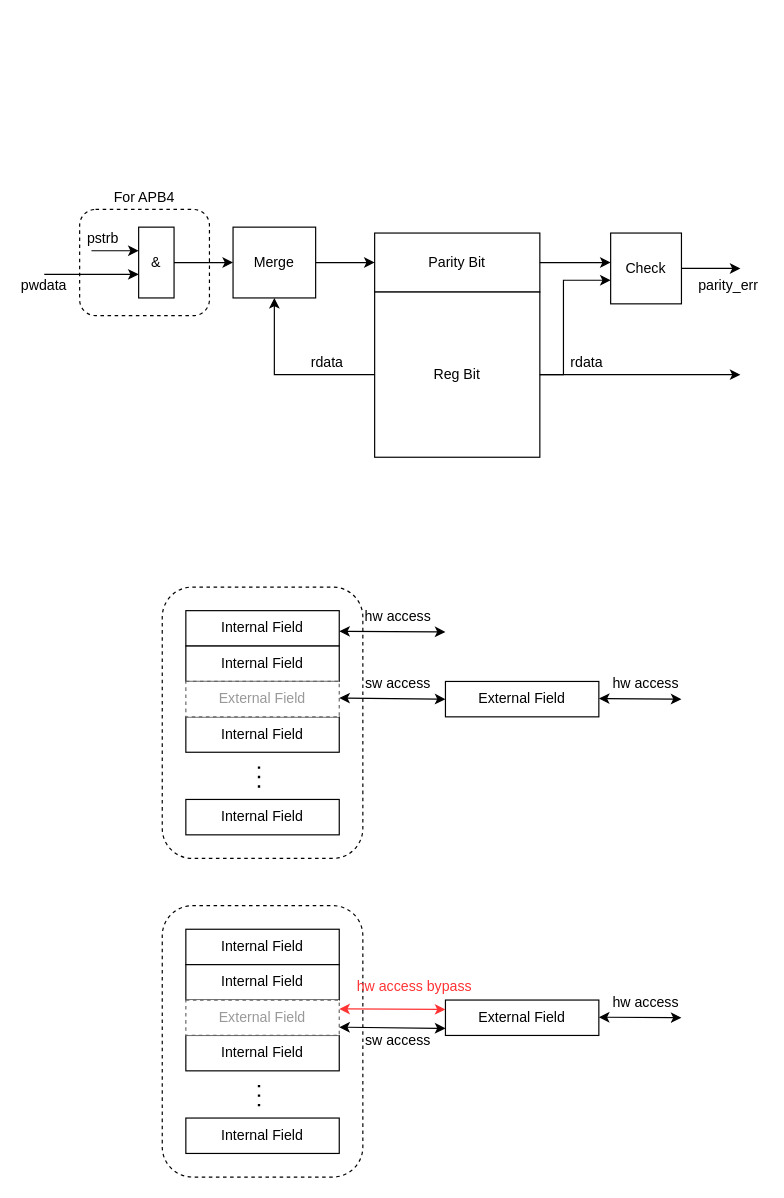
This is doc/parity.drawio from fliibs/address_planner, a draw.io file, before an edit. Source tidied: cells renumbered, new cells numbered last; positions are measured from the earlier drawing's top-left corner, leaving out a move shared by most shapes. Both pictures are drawn from the tidied source at 118%, with x=0, y=0 at pixel (20, 185).
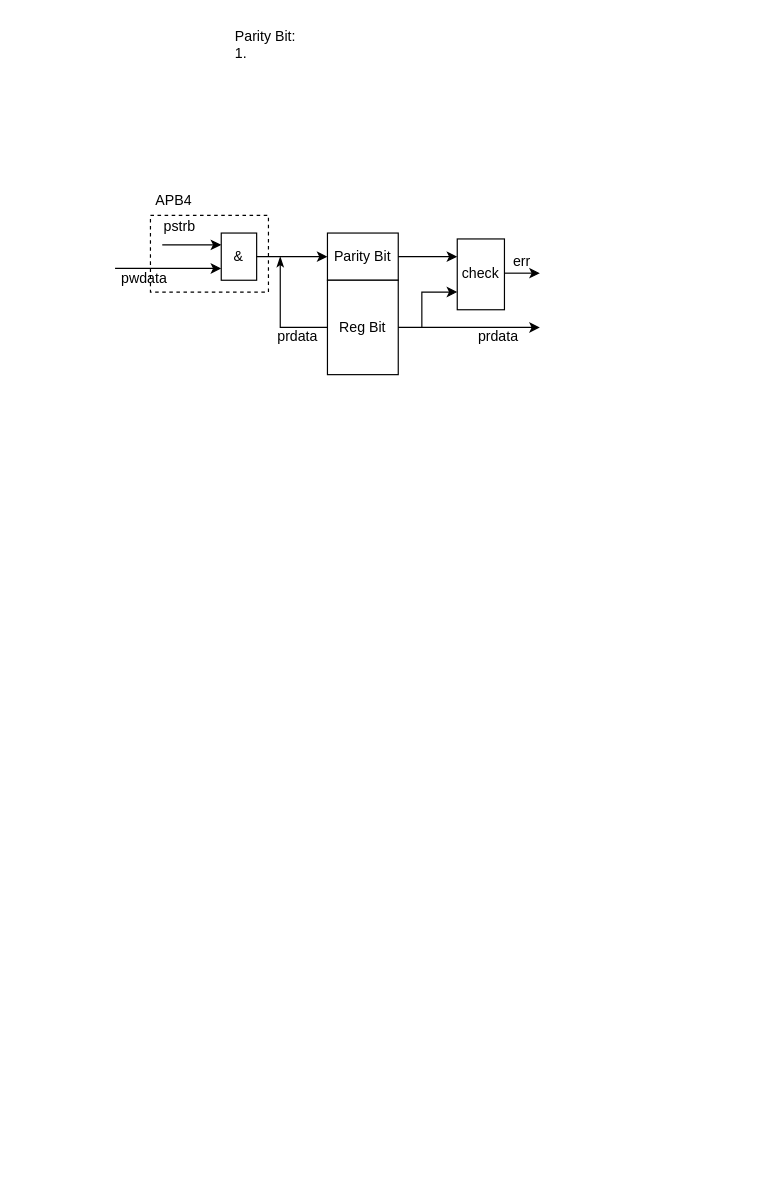
Above is the later version.

Change to the diagram source:
```diff
@@
-    <mxCell id="2" style="rounded=1;whiteSpace=wrap;html=1;dashed=1;" parent="1" vertex="1">
-      <mxGeometry x="120" y="340" width="170" height="230" as="geometry" />
-    </mxCell>
+    <mxCell id="54" style="rounded=0;whiteSpace=wrap;html=1;fillColor=none;dashed=1;" parent="1" vertex="1">
+      <mxGeometry x="110" y="25" width="100" height="65" as="geometry" />
+    </mxCell>
+    <mxCell id="6" value="&amp;amp;" style="rounded=0;whiteSpace=wrap;html=1;" parent="1" vertex="1">
+      <mxGeometry x="170" y="40" width="30" height="40" as="geometry" />
+    </mxCell>
+    <mxCell id="55" style="endArrow=classic;html=1;rounded=0;" parent="1" edge="1">
+      <mxGeometry relative="1" as="geometry">
+        <mxPoint x="120" y="50" as="sourcePoint" />
+        <mxPoint x="170" y="50" as="targetPoint" />
+      </mxGeometry>
+    </mxCell>
+    <mxCell id="56" style="endArrow=classic;html=1;rounded=0;" parent="1" edge="1">
+      <mxGeometry relative="1" as="geometry">
+        <mxPoint x="80" y="70" as="sourcePoint" />
+        <mxPoint x="170" y="70" as="targetPoint" />
+      </mxGeometry>
+    </mxCell>
+    <mxCell id="57" style="endArrow=classic;html=1;rounded=0;" parent="1" edge="1">
+      <mxGeometry relative="1" as="geometry">
+        <mxPoint x="200" y="60" as="sourcePoint" />
+        <mxPoint x="260" y="60" as="targetPoint" />
+      </mxGeometry>
+    </mxCell>
     <mxCell id="3" value="Parity Bit" style="rounded=0;whiteSpace=wrap;html=1;" parent="1" vertex="1">
-      <mxGeometry x="300" y="40" width="140" height="50" as="geometry" />
+      <mxGeometry x="260" y="40" width="60" height="40" as="geometry" />
     </mxCell>
     <mxCell id="4" value="Reg Bit" style="rounded=0;whiteSpace=wrap;html=1;" parent="1" vertex="1">
-      <mxGeometry x="300" y="90" width="140" height="140" as="geometry" />
+      <mxGeometry x="260" y="80" width="60" height="80" as="geometry" />
     </mxCell>
-    <mxCell id="5" style="endArrow=classic;html=1;rounded=0;" parent="1" edge="1">
-      <mxGeometry relative="1" as="geometry">
-        <mxPoint x="60" y="55" as="sourcePoint" />
-        <mxPoint x="100" y="55" as="targetPoint" />
-      </mxGeometry>
-    </mxCell>
-    <mxCell id="6" value="&amp;amp;" style="rounded=0;whiteSpace=wrap;html=1;" parent="1" vertex="1">
-      <mxGeometry x="100" y="35" width="30" height="60" as="geometry" />
-    </mxCell>
-    <mxCell id="7" style="endArrow=classic;html=1;rounded=0;" parent="1" edge="1">
-      <mxGeometry relative="1" as="geometry">
-        <mxPoint x="20" y="75" as="sourcePoint" />
-        <mxPoint x="100" y="75" as="targetPoint" />
-      </mxGeometry>
-    </mxCell>
-    <mxCell id="8" style="endArrow=classic;html=1;rounded=0;entryX=0;entryY=0.5;entryDx=0;entryDy=0;" parent="1" edge="1" target="3">
-      <mxGeometry relative="1" as="geometry">
-        <mxPoint x="250" y="65" as="sourcePoint" />
-      </mxGeometry>
-    </mxCell>
-    <mxCell id="9" style="endArrow=classic;html=1;rounded=0;exitX=0;exitY=0.5;exitDx=0;exitDy=0;entryX=0.5;entryY=1;entryDx=0;entryDy=0;" parent="1" edge="1" source="4" target="11">
-      <mxGeometry relative="1" as="geometry">
-        <Array as="points">
-          <mxPoint x="215" y="160" />
-        </Array>
-      </mxGeometry>
-    </mxCell>
-    <mxCell id="10" style="endArrow=classic;html=1;rounded=0;entryX=0;entryY=0.5;entryDx=0;entryDy=0;" parent="1" edge="1" target="11">
-      <mxGeometry relative="1" as="geometry">
-        <mxPoint x="200" y="65" as="sourcePoint" />
-      </mxGeometry>
-    </mxCell>
-    <mxCell id="11" value="Merge" style="rounded=0;whiteSpace=wrap;html=1;" parent="1" vertex="1">
-      <mxGeometry x="180" y="35" width="70" height="60" as="geometry" />
-    </mxCell>
-    <mxCell id="12" style="endArrow=classic;html=1;rounded=0;entryX=0;entryY=0.5;entryDx=0;entryDy=0;exitX=1;exitY=0.5;exitDx=0;exitDy=0;" parent="1" edge="1" source="6" target="11">
-      <mxGeometry relative="1" as="geometry" />
-    </mxCell>
-    <mxCell id="13" style="rounded=1;whiteSpace=wrap;html=1;fillColor=none;dashed=1;" parent="1" vertex="1">
-      <mxGeometry x="50" y="20" width="110" height="90" as="geometry" />
-    </mxCell>
+    <mxCell id="58" style="endArrow=classicThin;html=1;rounded=0;exitX=0;exitY=0.5;exitDx=0;exitDy=0;endFill=1;" parent="1" edge="1" source="4">
+      <mxGeometry relative="1" as="geometry">
+        <mxPoint x="220" y="60" as="targetPoint" />
+        <Array as="points">
+          <mxPoint x="220" y="120" />
+        </Array>
+      </mxGeometry>
+    </mxCell>
+    <mxCell id="59" style="endArrow=classic;html=1;rounded=0;" parent="1" edge="1">
+      <mxGeometry relative="1" as="geometry">
+        <mxPoint x="320" y="120" as="sourcePoint" />
+        <mxPoint x="440" y="120" as="targetPoint" />
+      </mxGeometry>
+    </mxCell>
+    <mxCell id="60" value="check" style="rounded=0;whiteSpace=wrap;html=1;" parent="1" vertex="1">
+      <mxGeometry x="370" y="45" width="40" height="60" as="geometry" />
+    </mxCell>
+    <mxCell id="61" style="endArrow=classic;html=1;rounded=0;entryX=0;entryY=0.75;entryDx=0;entryDy=0;" parent="1" edge="1" target="60">
+      <mxGeometry relative="1" as="geometry">
+        <mxPoint x="340" y="120" as="sourcePoint" />
+        <Array as="points">
+          <mxPoint x="340" y="90" />
+        </Array>
+      </mxGeometry>
+    </mxCell>
+    <mxCell id="62" style="endArrow=classic;html=1;rounded=0;entryX=0;entryY=0.25;entryDx=0;entryDy=0;" parent="1" edge="1" target="60">
+      <mxGeometry relative="1" as="geometry">
+        <mxPoint x="320" y="60" as="sourcePoint" />
+      </mxGeometry>
+    </mxCell>
+    <mxCell id="63" style="endArrow=classic;html=1;rounded=0;" parent="1" edge="1">
+      <mxGeometry relative="1" as="geometry">
+        <mxPoint x="410" y="74" as="sourcePoint" />
+        <mxPoint x="440" y="74" as="targetPoint" />
+      </mxGeometry>
+    </mxCell>
     <mxCell id="14" value="pstrb" style="text;html=1;align=center;verticalAlign=middle;whiteSpace=wrap;rounded=0;" parent="1" vertex="1">
-      <mxGeometry x="50" y="35" width="40" height="20" as="geometry" />
+      <mxGeometry x="110" y="25" width="50" height="20" as="geometry" />
     </mxCell>
     <mxCell id="15" value="pwdata" style="text;html=1;align=center;verticalAlign=middle;whiteSpace=wrap;rounded=0;" parent="1" vertex="1">
-      <mxGeometry y="75" width="40" height="20" as="geometry" />
+      <mxGeometry x="80" y="71.5" width="50" height="15" as="geometry" />
     </mxCell>
-    <mxCell id="16" value="rdata" style="text;html=1;align=center;verticalAlign=middle;whiteSpace=wrap;rounded=0;" parent="1" vertex="1">
-      <mxGeometry x="230" y="140" width="60" height="20" as="geometry" />
-    </mxCell>
-    <mxCell id="17" value="For APB4" style="text;html=1;align=center;verticalAlign=middle;whiteSpace=wrap;rounded=0;" parent="1" vertex="1">
-      <mxGeometry x="75" width="60" height="20" as="geometry" />
-    </mxCell>
-    <mxCell id="18" style="endArrow=classic;html=1;rounded=0;entryX=0;entryY=0.75;entryDx=0;entryDy=0;" parent="1" edge="1">
-      <mxGeometry relative="1" as="geometry">
-        <mxPoint x="440" y="160" as="sourcePoint" />
-        <mxPoint x="500" y="80" as="targetPoint" />
-        <Array as="points">
-          <mxPoint x="460" y="160" />
-          <mxPoint x="460" y="80" />
-        </Array>
-      </mxGeometry>
-    </mxCell>
-    <mxCell id="19" style="endArrow=classic;html=1;rounded=0;entryX=0;entryY=0.5;entryDx=0;entryDy=0;exitX=1;exitY=0.5;exitDx=0;exitDy=0;" parent="1" edge="1" source="3">
-      <mxGeometry relative="1" as="geometry">
-        <mxPoint x="500" y="65" as="targetPoint" />
-      </mxGeometry>
-    </mxCell>
-    <mxCell id="20" value="Check" style="rounded=0;whiteSpace=wrap;html=1;" parent="1" vertex="1">
-      <mxGeometry x="500" y="40" width="60" height="60" as="geometry" />
-    </mxCell>
-    <mxCell id="21" style="endArrow=classic;html=1;rounded=0;" parent="1" edge="1">
-      <mxGeometry relative="1" as="geometry">
-        <mxPoint x="560" y="70" as="sourcePoint" />
-        <mxPoint x="610" y="70" as="targetPoint" />
-      </mxGeometry>
-    </mxCell>
-    <mxCell id="22" value="rdata" style="text;html=1;align=center;verticalAlign=middle;whiteSpace=wrap;rounded=0;" parent="1" vertex="1">
-      <mxGeometry x="450" y="140" width="60" height="20" as="geometry" />
-    </mxCell>
-    <mxCell id="23" value="parity_err" style="text;html=1;align=center;verticalAlign=middle;whiteSpace=wrap;rounded=0;" parent="1" vertex="1">
-      <mxGeometry x="570" y="75" width="60" height="20" as="geometry" />
-    </mxCell>
-    <mxCell id="24" style="endArrow=classic;html=1;rounded=0;" parent="1" edge="1">
-      <mxGeometry relative="1" as="geometry">
-        <mxPoint x="440" y="160" as="sourcePoint" />
-        <mxPoint x="610" y="160" as="targetPoint" />
-      </mxGeometry>
-    </mxCell>
-    <mxCell id="25" value="Internal Field" style="rounded=0;whiteSpace=wrap;html=1;" parent="1" vertex="1">
-      <mxGeometry x="140" y="360" width="130" height="30" as="geometry" />
-    </mxCell>
-    <mxCell id="26" value="Internal Field" style="rounded=0;whiteSpace=wrap;html=1;" parent="1" vertex="1">
-      <mxGeometry x="140" y="390" width="130" height="30" as="geometry" />
-    </mxCell>
-    <mxCell id="27" value="Internal Field" style="rounded=0;whiteSpace=wrap;html=1;" parent="1" vertex="1">
-      <mxGeometry x="140" y="450" width="130" height="30" as="geometry" />
-    </mxCell>
-    <mxCell id="28" value="&lt;font color=&quot;#999999&quot;&gt;External Field&lt;/font&gt;" style="rounded=0;whiteSpace=wrap;html=1;dashed=1;strokeColor=#666666;" parent="1" vertex="1">
-      <mxGeometry x="140" y="420" width="130" height="30" as="geometry" />
-    </mxCell>
-    <mxCell id="29" value="Internal Field" style="rounded=0;whiteSpace=wrap;html=1;" parent="1" vertex="1">
-      <mxGeometry x="140" y="520" width="130" height="30" as="geometry" />
-    </mxCell>
-    <mxCell id="30" style="endArrow=none;dashed=1;html=1;dashPattern=1 3;strokeWidth=2;rounded=0;" parent="1" edge="1">
-      <mxGeometry relative="1" as="geometry">
-        <mxPoint x="202" y="510" as="sourcePoint" />
-        <mxPoint x="202" y="490" as="targetPoint" />
-      </mxGeometry>
-    </mxCell>
-    <mxCell id="31" style="endArrow=classic;html=1;rounded=0;" parent="1" edge="1" source="32">
-      <mxGeometry relative="1" as="geometry">
-        <mxPoint x="460" y="437" as="targetPoint" />
-      </mxGeometry>
-    </mxCell>
-    <mxCell id="32" value="External Field" style="rounded=0;whiteSpace=wrap;html=1;" parent="1" vertex="1">
-      <mxGeometry x="360" y="420" width="130" height="30" as="geometry" />
-    </mxCell>
-    <mxCell id="33" style="endArrow=classic;html=1;rounded=0;startArrow=classic;startFill=1;" parent="1" edge="1">
-      <mxGeometry relative="1" as="geometry">
-        <mxPoint x="270" y="434" as="sourcePoint" />
-        <mxPoint x="360" y="435" as="targetPoint" />
-      </mxGeometry>
-    </mxCell>
-    <mxCell id="34" value="sw access" style="text;html=1;align=center;verticalAlign=middle;whiteSpace=wrap;rounded=0;" parent="1" vertex="1">
-      <mxGeometry x="290" y="407" width="60" height="30" as="geometry" />
-    </mxCell>
-    <mxCell id="35" style="endArrow=classic;html=1;rounded=0;startArrow=classic;startFill=1;" parent="1" edge="1">
-      <mxGeometry relative="1" as="geometry">
-        <mxPoint x="490" y="434.5" as="sourcePoint" />
-        <mxPoint x="560" y="435" as="targetPoint" />
-      </mxGeometry>
-    </mxCell>
-    <mxCell id="36" value="hw access" style="text;html=1;align=center;verticalAlign=middle;whiteSpace=wrap;rounded=0;" parent="1" vertex="1">
-      <mxGeometry x="500" y="407" width="60" height="30" as="geometry" />
-    </mxCell>
-    <mxCell id="37" style="rounded=1;whiteSpace=wrap;html=1;dashed=1;" parent="1" vertex="1">
-      <mxGeometry x="120" y="610" width="170" height="230" as="geometry" />
-    </mxCell>
-    <mxCell id="38" value="Internal Field" style="rounded=0;whiteSpace=wrap;html=1;" parent="1" vertex="1">
-      <mxGeometry x="140" y="630" width="130" height="30" as="geometry" />
-    </mxCell>
-    <mxCell id="39" value="Internal Field" style="rounded=0;whiteSpace=wrap;html=1;" parent="1" vertex="1">
-      <mxGeometry x="140" y="660" width="130" height="30" as="geometry" />
-    </mxCell>
-    <mxCell id="40" value="Internal Field" style="rounded=0;whiteSpace=wrap;html=1;" parent="1" vertex="1">
-      <mxGeometry x="140" y="720" width="130" height="30" as="geometry" />
-    </mxCell>
-    <mxCell id="41" value="&lt;font color=&quot;#999999&quot;&gt;External Field&lt;/font&gt;" style="rounded=0;whiteSpace=wrap;html=1;dashed=1;strokeColor=#666666;" parent="1" vertex="1">
-      <mxGeometry x="140" y="690" width="130" height="30" as="geometry" />
-    </mxCell>
-    <mxCell id="42" value="Internal Field" style="rounded=0;whiteSpace=wrap;html=1;" parent="1" vertex="1">
-      <mxGeometry x="140" y="790" width="130" height="30" as="geometry" />
-    </mxCell>
-    <mxCell id="43" style="endArrow=none;dashed=1;html=1;dashPattern=1 3;strokeWidth=2;rounded=0;" parent="1" edge="1">
-      <mxGeometry relative="1" as="geometry">
-        <mxPoint x="202" y="780" as="sourcePoint" />
-        <mxPoint x="202" y="760" as="targetPoint" />
-      </mxGeometry>
-    </mxCell>
-    <mxCell id="44" style="endArrow=classic;html=1;rounded=0;" parent="1" edge="1" source="45">
-      <mxGeometry relative="1" as="geometry">
-        <mxPoint x="460" y="707" as="targetPoint" />
-      </mxGeometry>
-    </mxCell>
-    <mxCell id="45" value="External Field" style="rounded=0;whiteSpace=wrap;html=1;" parent="1" vertex="1">
-      <mxGeometry x="360" y="690" width="130" height="30" as="geometry" />
-    </mxCell>
-    <mxCell id="46" style="endArrow=classic;html=1;rounded=0;startArrow=classic;startFill=1;" parent="1" edge="1">
-      <mxGeometry relative="1" as="geometry">
-        <mxPoint x="270" y="713" as="sourcePoint" />
-        <mxPoint x="360" y="714" as="targetPoint" />
-      </mxGeometry>
-    </mxCell>
-    <mxCell id="47" value="sw access" style="text;html=1;align=center;verticalAlign=middle;whiteSpace=wrap;rounded=0;" parent="1" vertex="1">
-      <mxGeometry x="290" y="710" width="60" height="30" as="geometry" />
-    </mxCell>
-    <mxCell id="48" style="endArrow=classic;html=1;rounded=0;startArrow=classic;startFill=1;" parent="1" edge="1">
-      <mxGeometry relative="1" as="geometry">
-        <mxPoint x="490" y="704.5" as="sourcePoint" />
-        <mxPoint x="560" y="705" as="targetPoint" />
-      </mxGeometry>
-    </mxCell>
-    <mxCell id="49" value="hw access" style="text;html=1;align=center;verticalAlign=middle;whiteSpace=wrap;rounded=0;" parent="1" vertex="1">
-      <mxGeometry x="500" y="677" width="60" height="30" as="geometry" />
-    </mxCell>
-    <mxCell id="50" style="endArrow=classic;html=1;rounded=0;startArrow=classic;startFill=1;" parent="1" edge="1">
-      <mxGeometry relative="1" as="geometry">
-        <mxPoint x="270" y="377.5" as="sourcePoint" />
-        <mxPoint x="360" y="378" as="targetPoint" />
-      </mxGeometry>
-    </mxCell>
-    <mxCell id="51" value="hw access" style="text;html=1;align=center;verticalAlign=middle;whiteSpace=wrap;rounded=0;" parent="1" vertex="1">
-      <mxGeometry x="290" y="350" width="60" height="30" as="geometry" />
-    </mxCell>
-    <mxCell id="52" style="endArrow=classic;html=1;rounded=0;startArrow=classic;startFill=1;strokeColor=#FF3333;" parent="1" edge="1">
-      <mxGeometry relative="1" as="geometry">
-        <mxPoint x="270" y="697.5" as="sourcePoint" />
-        <mxPoint x="360" y="698" as="targetPoint" />
-      </mxGeometry>
-    </mxCell>
-    <mxCell id="53" value="&lt;font color=&quot;#ff3333&quot;&gt;hw access bypass&lt;/font&gt;" style="text;html=1;align=center;verticalAlign=middle;whiteSpace=wrap;rounded=0;" parent="1" vertex="1">
-      <mxGeometry x="284" y="664" width="100" height="30" as="geometry" />
-    </mxCell>
+    <mxCell id="64" value="prdata" style="text;html=1;align=center;verticalAlign=middle;whiteSpace=wrap;rounded=0;" parent="1" vertex="1">
+      <mxGeometry x="210" y="120" width="50" height="15" as="geometry" />
+    </mxCell>
+    <mxCell id="65" value="prdata" style="text;html=1;align=center;verticalAlign=middle;whiteSpace=wrap;rounded=0;" parent="1" vertex="1">
+      <mxGeometry x="380" y="120" width="50" height="15" as="geometry" />
+    </mxCell>
+    <mxCell id="66" value="err" style="text;html=1;align=center;verticalAlign=middle;whiteSpace=wrap;rounded=0;" parent="1" vertex="1">
+      <mxGeometry x="410" y="56.5" width="30" height="15" as="geometry" />
+    </mxCell>
+    <mxCell id="67" value="APB4" style="text;html=1;align=center;verticalAlign=middle;whiteSpace=wrap;rounded=0;" parent="1" vertex="1">
+      <mxGeometry x="110" width="40" height="25" as="geometry" />
+    </mxCell>
+    <mxCell id="68" value="Parity Bit:&lt;div&gt;1.&amp;nbsp;&lt;br&gt;&lt;/div&gt;" style="text;html=1;align=left;verticalAlign=top;whiteSpace=wrap;rounded=0;" parent="1" vertex="1">
+      <mxGeometry x="180" y="-140" width="190" height="120" as="geometry" />
+    </mxCell>
```
